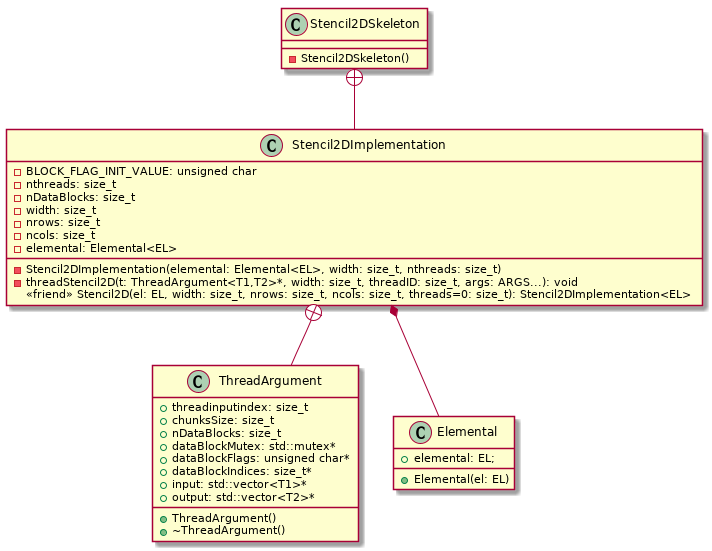
This is ed/stencil/uml/stencil2d.png from shengsli/shengsli.github.io, a PlantUML export, as it was before one commit.
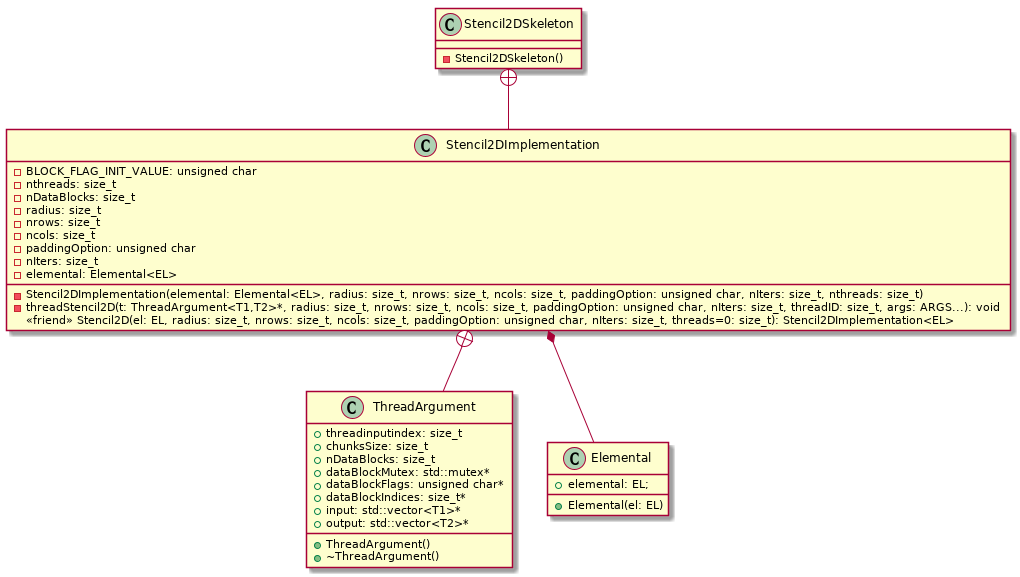
Above is the later version.

The edit, as a diff of the source:
```diff
@@ -6,13 +6,15 @@
 - BLOCK_FLAG_INIT_VALUE: unsigned char
 - nthreads: size_t
 - nDataBlocks: size_t
-- width: size_t
+- radius: size_t
 - nrows: size_t
 - ncols: size_t
+- paddingOption: unsigned char
+- nIters: size_t
 - elemental: Elemental<EL>
-- Stencil2DImplementation(elemental: Elemental<EL>, width: size_t, nthreads: size_t)
-- threadStencil2D(t: ThreadArgument<T1,T2>*, width: size_t, threadID: size_t, args: ARGS...): void
-<<friend>> Stencil2D(el: EL, width: size_t, nrows: size_t, ncols: size_t, threads=0: size_t): Stencil2DImplementation<EL>
+- Stencil2DImplementation(elemental: Elemental<EL>, radius: size_t, nrows: size_t, ncols: size_t, paddingOption: unsigned char, nIters: size_t, nthreads: size_t)
+- threadStencil2D(t: ThreadArgument<T1,T2>*, radius: size_t, nrows: size_t, ncols: size_t, paddingOption: unsigned char, nIters: size_t, threadID: size_t, args: ARGS...): void
+<<friend>> Stencil2D(el: EL, radius: size_t, nrows: size_t, ncols: size_t, paddingOption: unsigned char, nIters: size_t, threads=0: size_t): Stencil2DImplementation<EL>
 }
 class ThreadArgument {
 + threadinputindex: size_t
```
